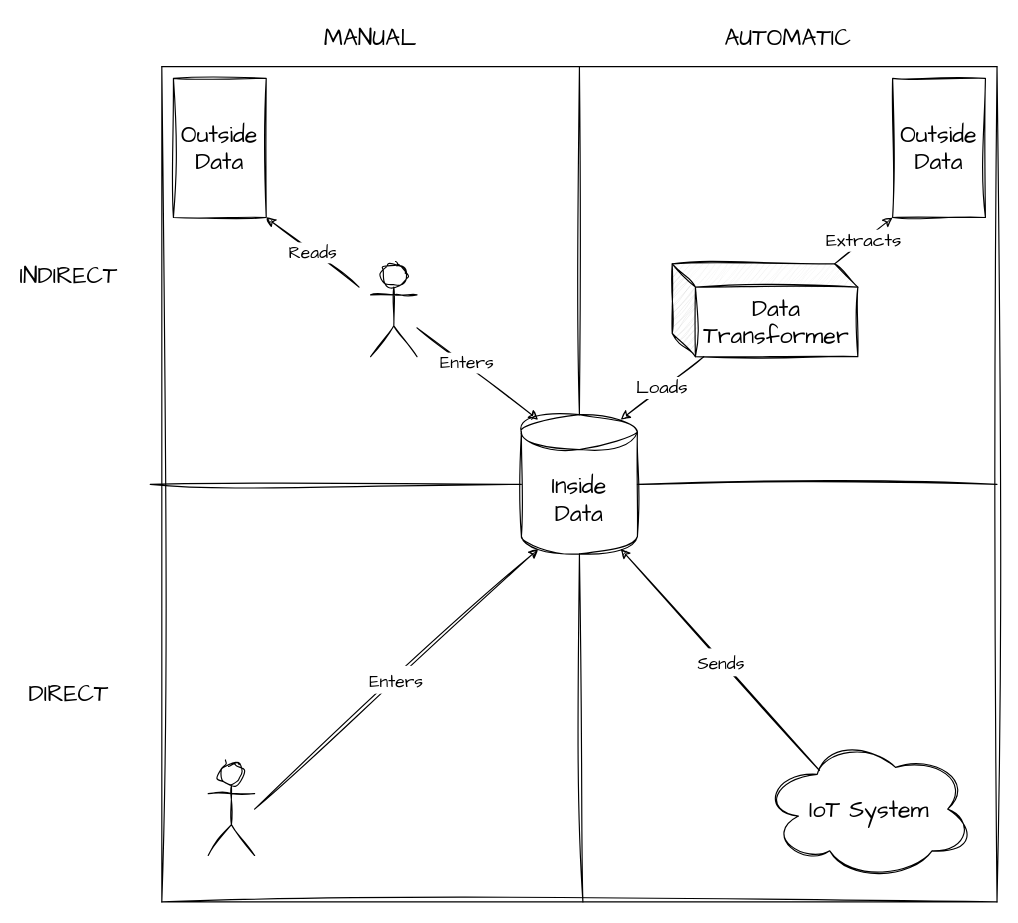
The draw.io diagram static/drawio/scmdatacapture.drawio in LAC-Tech/website, before the edit. Source tidied: cells renumbered, new cells numbered last; positions are measured from the earlier drawing's top-left corner, leaving out a move shared by most shapes. Both pictures are drawn from the tidied source at 116%, with x=0, y=0 at pixel (22, 20).
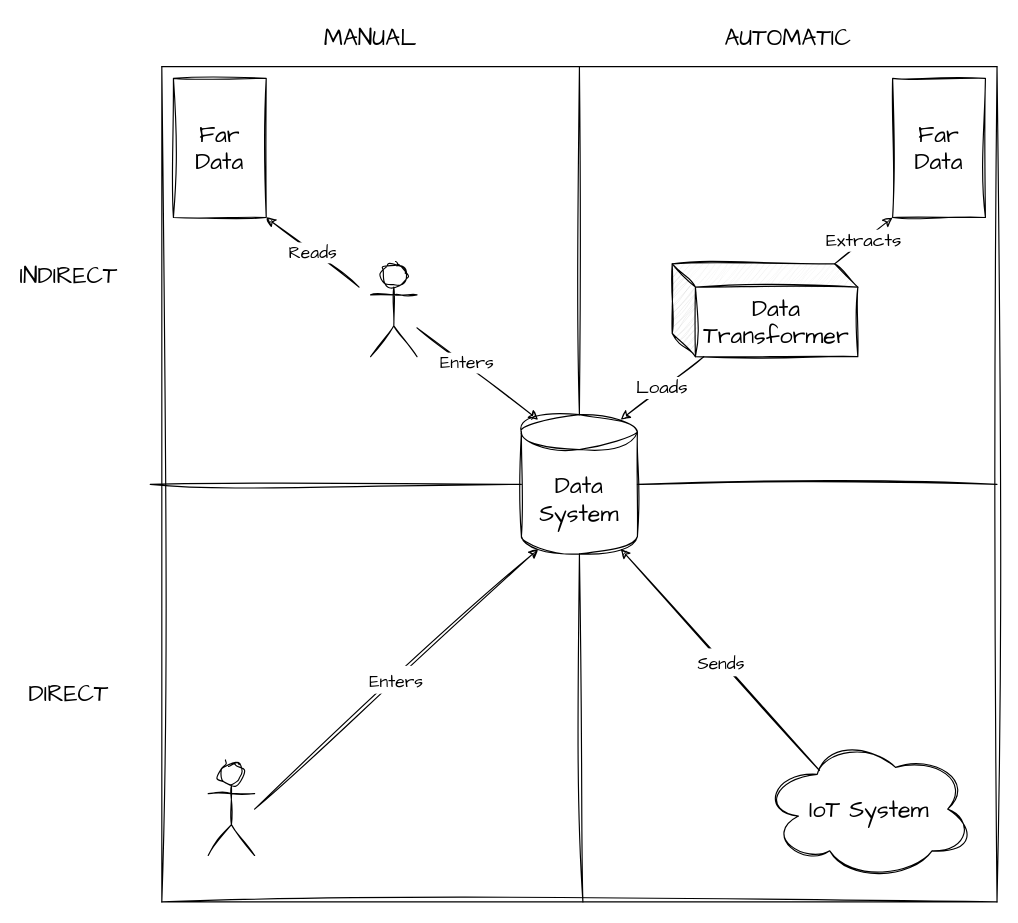
The same page after the edit.

Diff of the diagram source:
```diff
@@
-    <mxCell id="2" value="Inside&lt;br&gt;Data" style="shape=cylinder3;whiteSpace=wrap;html=1;boundedLbl=1;backgroundOutline=1;size=15;sketch=1;hachureGap=4;jiggle=2;curveFitting=1;fontFamily=Architects Daughter;fontSize=20;" parent="1" vertex="1">
+    <mxCell id="2" value="Data System" style="shape=cylinder3;whiteSpace=wrap;html=1;boundedLbl=1;backgroundOutline=1;size=15;sketch=1;hachureGap=4;jiggle=2;curveFitting=1;fontFamily=Architects Daughter;fontSize=20;" parent="1" vertex="1">
       <mxGeometry x="430" y="340" width="100" height="120" as="geometry" />
     </mxCell>
@@
-    <mxCell id="10" value="Outside Data" style="rounded=0;whiteSpace=wrap;html=1;sketch=1;hachureGap=4;jiggle=2;curveFitting=1;fontFamily=Architects Daughter;fontSize=20;fillColor=none;" parent="1" vertex="1">
+    <mxCell id="10" value="Far&lt;br&gt;Data" style="rounded=0;whiteSpace=wrap;html=1;sketch=1;hachureGap=4;jiggle=2;curveFitting=1;fontFamily=Architects Daughter;fontSize=20;fillColor=none;" parent="1" vertex="1">
       <mxGeometry x="130" y="50" width="80" height="120" as="geometry" />
     </mxCell>
@@
-    <mxCell id="19" value="Outside Data" style="rounded=0;whiteSpace=wrap;html=1;sketch=1;hachureGap=4;jiggle=2;curveFitting=1;fontFamily=Architects Daughter;fontSize=20;fillColor=none;" parent="1" vertex="1">
+    <mxCell id="19" value="Far&lt;br&gt;Data" style="rounded=0;whiteSpace=wrap;html=1;sketch=1;hachureGap=4;jiggle=2;curveFitting=1;fontFamily=Architects Daughter;fontSize=20;fillColor=none;" parent="1" vertex="1">
       <mxGeometry x="750" y="50" width="80" height="120" as="geometry" />
     </mxCell>
```
